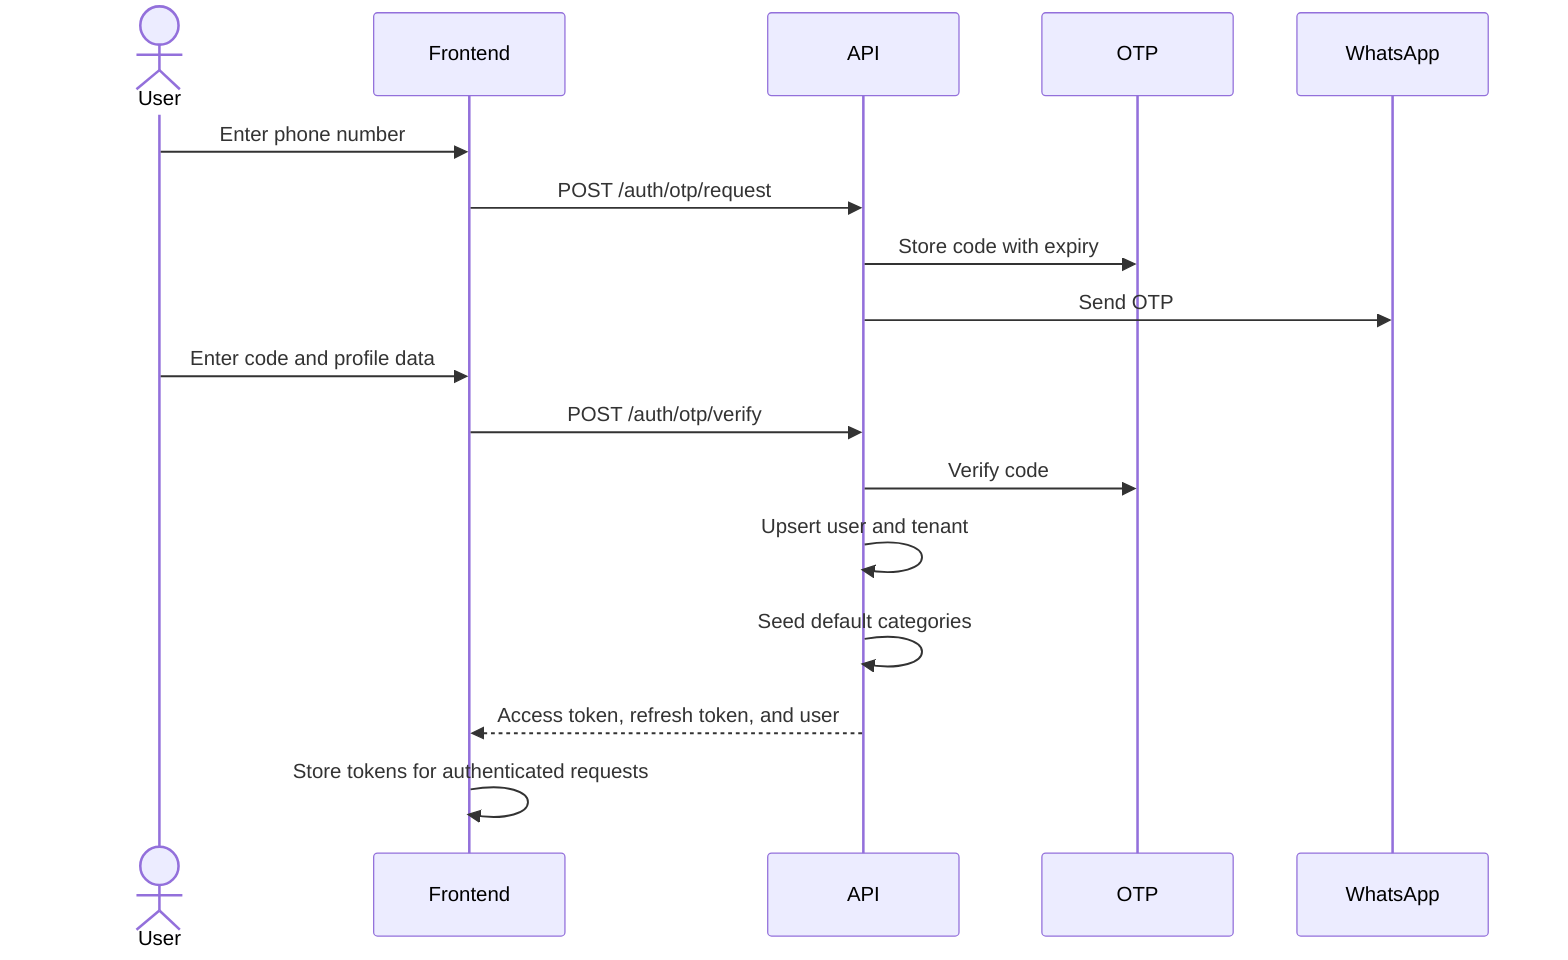
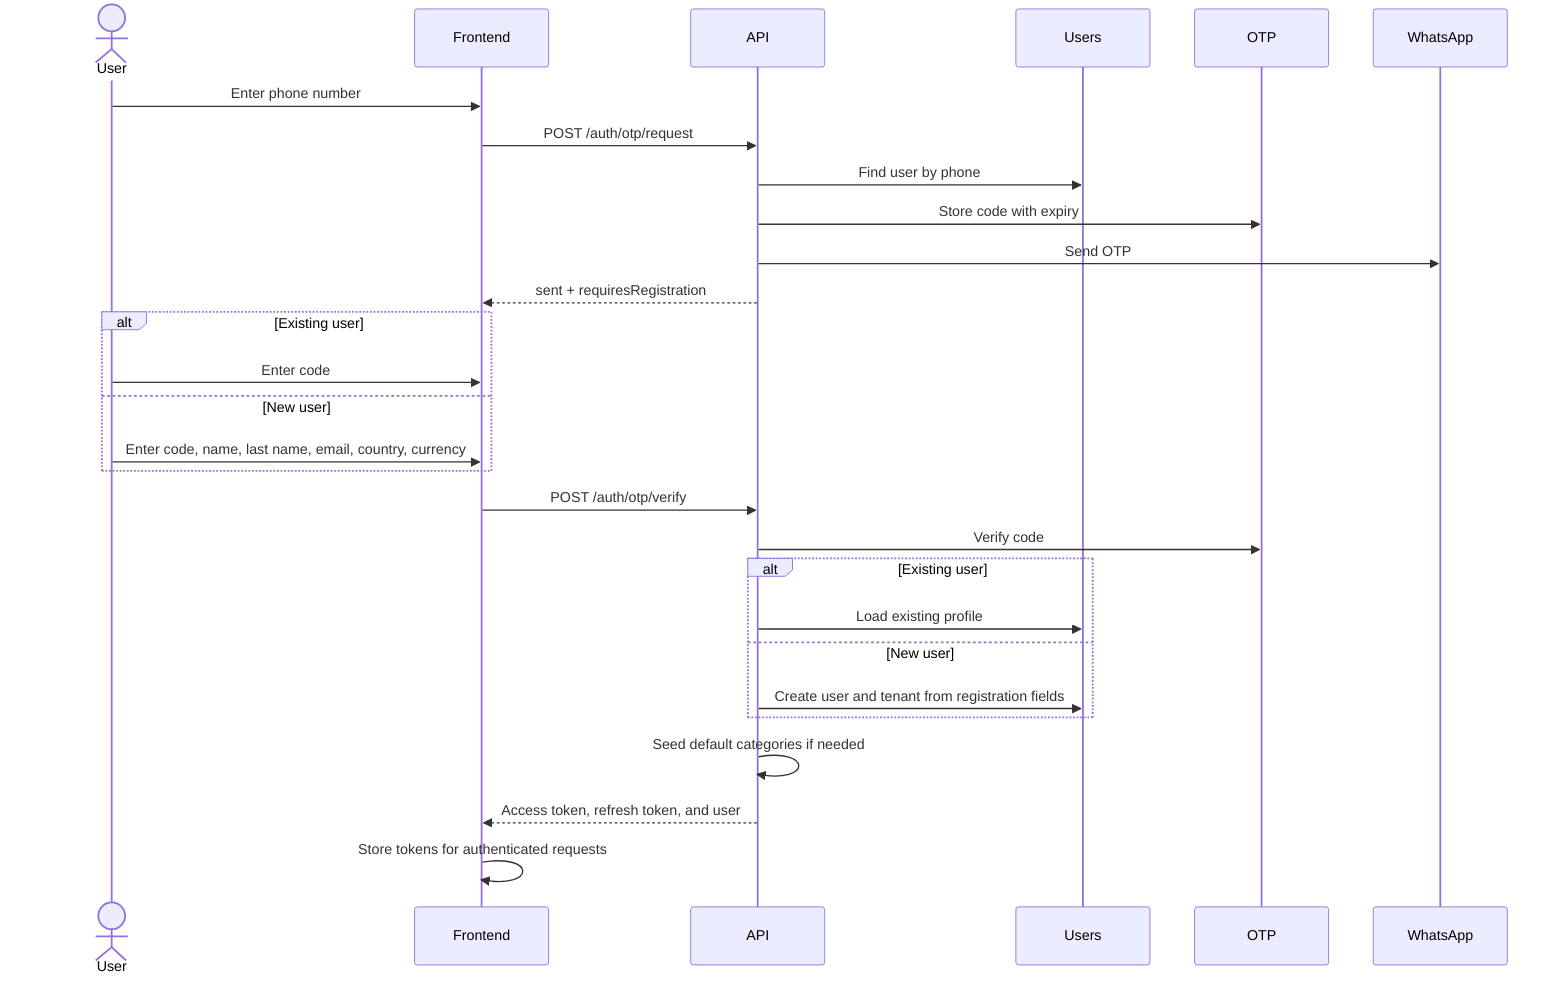
sequenceDiagram
  actor User
  participant Frontend
  participant API
+   participant Users
  participant OTP
  participant WhatsApp
  User->>Frontend: Enter phone number
  Frontend->>API: POST /auth/otp/request
+   API->>Users: Find user by phone
  API->>OTP: Store code with expiry
  API->>WhatsApp: Send OTP
-   User->>Frontend: Enter code and profile data
+   API-->>Frontend: sent + requiresRegistration
+   alt Existing user
+     User->>Frontend: Enter code
+   else New user
+     User->>Frontend: Enter code, name, last name, email, country, currency
+   end
  Frontend->>API: POST /auth/otp/verify
  API->>OTP: Verify code
-   API->>API: Upsert user and tenant
-   API->>API: Seed default categories
+   alt Existing user
+     API->>Users: Load existing profile
+   else New user
+     API->>Users: Create user and tenant from registration fields
+   end
+   API->>API: Seed default categories if needed
  API-->>Frontend: Access token, refresh token, and user
  Frontend->>Frontend: Store tokens for authenticated requests
